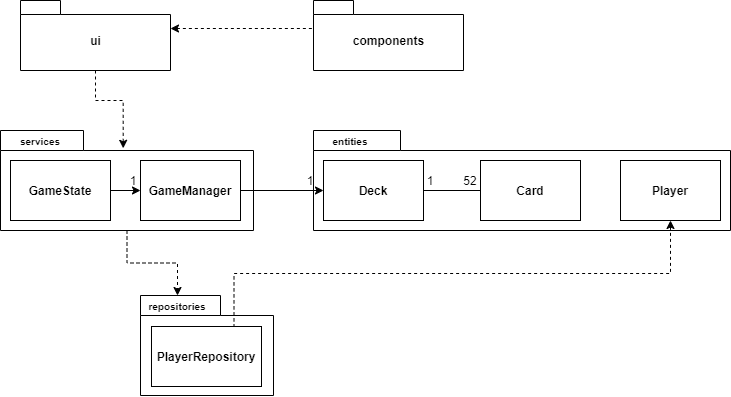
k0psutin/ohte-2020 keeps this draw.io diagram as dokumentaatio/kuvat/pakkausrakenne.png. Above is the earlier version. Source tidied: cells renumbered, new cells last; positions are measured from the earlier drawing's top-left corner, leaving out a move shared by most shapes.
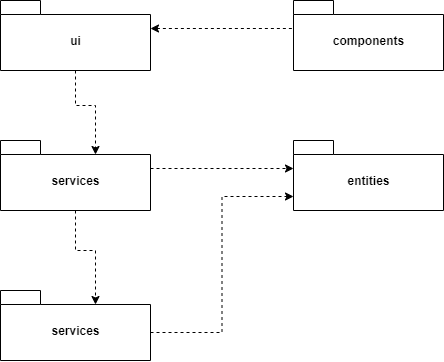
The same diagram one commit later.

What changed in the source:
```diff
@@ -5,77 +5,32 @@
     <mxCell id="2" style="edgeStyle=orthogonalEdgeStyle;rounded=0;jettySize=auto;html=1;exitX=0;exitY=0;exitDx=150;exitDy=28;exitPerimeter=0;entryX=0;entryY=0;entryDx=0;entryDy=28;entryPerimeter=0;dashed=1;startArrow=classic;startFill=1;endArrow=none;endFill=0;" parent="1" edge="1" source="4" target="5">
       <mxGeometry relative="1" as="geometry" />
     </mxCell>
-    <mxCell id="3" style="edgeStyle=orthogonalEdgeStyle;rounded=0;jettySize=auto;html=1;exitX=0.5;exitY=1;exitDx=0;exitDy=0;exitPerimeter=0;entryX=0.485;entryY=0.178;entryDx=0;entryDy=0;dashed=1;endArrow=classic;endFill=1;entryPerimeter=0;" parent="1" edge="1" source="4" target="7">
-      <mxGeometry relative="1" as="geometry" />
-    </mxCell>
+    <mxCell id="27" style="edgeStyle=orthogonalEdgeStyle;rounded=0;jettySize=auto;html=1;exitX=0.5;exitY=1;exitDx=0;exitDy=0;exitPerimeter=0;entryX=0;entryY=0;entryDx=95;entryDy=14;entryPerimeter=0;dashed=1;" parent="1" edge="1" source="4" target="30">
+      <mxGeometry relative="1" as="geometry" />
+    </mxCell>
     <mxCell id="4" value="ui" style="shape=folder;fontStyle=1;spacingTop=10;tabWidth=40;tabHeight=14;tabPosition=left;html=1;" parent="1" vertex="1">
       <mxGeometry x="20" width="150" height="70" as="geometry" />
     </mxCell>
     <mxCell id="5" value="components" style="shape=folder;fontStyle=1;spacingTop=10;tabWidth=40;tabHeight=14;tabPosition=left;html=1;" parent="1" vertex="1">
       <mxGeometry x="313" width="150" height="70" as="geometry" />
     </mxCell>
-    <mxCell id="6" style="edgeStyle=orthogonalEdgeStyle;rounded=0;jettySize=auto;html=1;exitX=0.5;exitY=1;exitDx=0;exitDy=0;exitPerimeter=0;endArrow=classic;endFill=1;dashed=1;" parent="1" edge="1" source="7" target="23">
-      <mxGeometry relative="1" as="geometry" />
-    </mxCell>
-    <mxCell id="7" style="shape=folder;fontStyle=1;spacingTop=10;tabWidth=83;tabHeight=20;tabPosition=left;html=1;" parent="1" vertex="1">
-      <mxGeometry y="130" width="253" height="100" as="geometry" />
-    </mxCell>
-    <mxCell id="8" style="shape=folder;fontStyle=1;spacingTop=10;tabWidth=80;tabHeight=20;tabPosition=left;html=1;" parent="1" vertex="1">
-      <mxGeometry x="140" y="295" width="133" height="100" as="geometry" />
-    </mxCell>
-    <mxCell id="9" style="shape=folder;fontStyle=1;spacingTop=10;tabWidth=87;tabHeight=20;tabPosition=left;html=1;" parent="1" vertex="1">
-      <mxGeometry x="313" y="130" width="417" height="100" as="geometry" />
-    </mxCell>
-    <mxCell id="10" value="&lt;b&gt;PlayerRepository&lt;/b&gt;" style="rounded=0;whiteSpace=wrap;html=1;" parent="1" vertex="1">
-      <mxGeometry x="151" y="326" width="110" height="60" as="geometry" />
-    </mxCell>
-    <mxCell id="11" value="&lt;b&gt;&lt;font style=&quot;font-size: 10px&quot;&gt;services&lt;/font&gt;&lt;/b&gt;" style="text;html=1;strokeColor=none;fillColor=none;align=center;verticalAlign=middle;whiteSpace=wrap;rounded=0;" parent="1" vertex="1">
-      <mxGeometry x="20" y="130" width="40" height="20" as="geometry" />
-    </mxCell>
-    <mxCell id="12" style="edgeStyle=orthogonalEdgeStyle;rounded=0;jettySize=auto;html=1;exitX=1;exitY=0.5;exitDx=0;exitDy=0;entryX=0;entryY=0.5;entryDx=0;entryDy=0;endArrow=classic;endFill=1;" parent="1" edge="1" source="13" target="17">
-      <mxGeometry relative="1" as="geometry" />
-    </mxCell>
-    <mxCell id="13" value="&lt;b&gt;GameManager&lt;/b&gt;" style="rounded=0;whiteSpace=wrap;html=1;" parent="1" vertex="1">
-      <mxGeometry x="140" y="160" width="100" height="60" as="geometry" />
-    </mxCell>
-    <mxCell id="14" style="edgeStyle=orthogonalEdgeStyle;rounded=0;jettySize=auto;html=1;exitX=1;exitY=0.5;exitDx=0;exitDy=0;entryX=0;entryY=0.5;entryDx=0;entryDy=0;endArrow=classic;endFill=1;" parent="1" edge="1" source="15" target="13">
-      <mxGeometry relative="1" as="geometry" />
-    </mxCell>
-    <mxCell id="15" value="&lt;b&gt;GameState&lt;/b&gt;" style="rounded=0;whiteSpace=wrap;html=1;" parent="1" vertex="1">
-      <mxGeometry x="10" y="160" width="100" height="60" as="geometry" />
-    </mxCell>
-    <mxCell id="16" style="edgeStyle=orthogonalEdgeStyle;rounded=0;jettySize=auto;html=1;exitX=1;exitY=0.5;exitDx=0;exitDy=0;entryX=0;entryY=0.5;entryDx=0;entryDy=0;endArrow=none;endFill=0;" parent="1" edge="1" source="17" target="18">
-      <mxGeometry relative="1" as="geometry" />
-    </mxCell>
-    <mxCell id="17" value="&lt;b&gt;Deck&lt;/b&gt;" style="rounded=0;whiteSpace=wrap;html=1;" parent="1" vertex="1">
-      <mxGeometry x="323" y="160" width="100" height="60" as="geometry" />
-    </mxCell>
-    <mxCell id="18" value="&lt;b&gt;Card&lt;/b&gt;" style="rounded=0;whiteSpace=wrap;html=1;" parent="1" vertex="1">
-      <mxGeometry x="480" y="160" width="100" height="60" as="geometry" />
-    </mxCell>
-    <mxCell id="19" style="edgeStyle=orthogonalEdgeStyle;rounded=0;jettySize=auto;html=1;exitX=0.5;exitY=1;exitDx=0;exitDy=0;entryX=0.75;entryY=0;entryDx=0;entryDy=0;dashed=1;endArrow=none;endFill=0;startArrow=classic;startFill=1;" parent="1" edge="1" source="20" target="10">
-      <mxGeometry relative="1" as="geometry" />
-    </mxCell>
-    <mxCell id="20" value="&lt;b&gt;Player&lt;/b&gt;" style="rounded=0;whiteSpace=wrap;html=1;" parent="1" vertex="1">
-      <mxGeometry x="620" y="160" width="100" height="60" as="geometry" />
-    </mxCell>
-    <mxCell id="21" value="1" style="text;html=1;strokeColor=none;fillColor=none;align=center;verticalAlign=middle;whiteSpace=wrap;rounded=0;" parent="1" vertex="1">
-      <mxGeometry x="410" y="170" width="40" height="20" as="geometry" />
-    </mxCell>
-    <mxCell id="22" value="52" style="text;html=1;strokeColor=none;fillColor=none;align=center;verticalAlign=middle;whiteSpace=wrap;rounded=0;" parent="1" vertex="1">
-      <mxGeometry x="450" y="170" width="40" height="20" as="geometry" />
-    </mxCell>
-    <mxCell id="23" value="&lt;b&gt;&lt;font style=&quot;font-size: 10px&quot;&gt;repositories&lt;/font&gt;&lt;/b&gt;" style="text;html=1;strokeColor=none;fillColor=none;align=center;verticalAlign=middle;whiteSpace=wrap;rounded=0;" parent="1" vertex="1">
-      <mxGeometry x="157" y="295" width="40" height="20" as="geometry" />
-    </mxCell>
+    <mxCell id="28" style="edgeStyle=orthogonalEdgeStyle;rounded=0;jettySize=auto;html=1;exitX=0.5;exitY=1;exitDx=0;exitDy=0;exitPerimeter=0;entryX=0;entryY=0;entryDx=95;entryDy=14;entryPerimeter=0;dashed=1;" parent="1" edge="1" source="30" target="32">
+      <mxGeometry relative="1" as="geometry" />
+    </mxCell>
+    <mxCell id="29" style="edgeStyle=orthogonalEdgeStyle;rounded=0;jettySize=auto;html=1;exitX=0;exitY=0;exitDx=150;exitDy=28;exitPerimeter=0;entryX=0;entryY=0;entryDx=0;entryDy=28;entryPerimeter=0;dashed=1;" parent="1" edge="1" source="30" target="24">
+      <mxGeometry relative="1" as="geometry" />
+    </mxCell>
+    <mxCell id="30" value="services" style="shape=folder;fontStyle=1;spacingTop=10;tabWidth=40;tabHeight=14;tabPosition=left;html=1;" parent="1" vertex="1">
+      <mxGeometry x="20" y="140" width="150" height="70" as="geometry" />
+    </mxCell>
-    <mxCell id="24" value="&lt;b&gt;&lt;font style=&quot;font-size: 10px&quot;&gt;entities&lt;/font&gt;&lt;/b&gt;" style="text;html=1;strokeColor=none;fillColor=none;align=center;verticalAlign=middle;whiteSpace=wrap;rounded=0;" parent="1" vertex="1">
-      <mxGeometry x="330" y="130" width="40" height="20" as="geometry" />
+    <mxCell id="24" value="entities" style="shape=folder;fontStyle=1;spacingTop=10;tabWidth=40;tabHeight=14;tabPosition=left;html=1;" parent="1" vertex="1">
+      <mxGeometry x="313" y="140" width="150" height="70" as="geometry" />
     </mxCell>
-    <mxCell id="25" value="1" style="text;html=1;strokeColor=none;fillColor=none;align=center;verticalAlign=middle;whiteSpace=wrap;rounded=0;" parent="1" vertex="1">
-      <mxGeometry x="126" y="175" width="14" height="10" as="geometry" />
-    </mxCell>
-    <mxCell id="26" value="1" style="text;html=1;strokeColor=none;fillColor=none;align=center;verticalAlign=middle;whiteSpace=wrap;rounded=0;" parent="1" vertex="1">
-      <mxGeometry x="290" y="170" width="40" height="20" as="geometry" />
-    </mxCell>
+    <mxCell id="31" style="edgeStyle=orthogonalEdgeStyle;rounded=0;jettySize=auto;html=1;exitX=0;exitY=0;exitDx=150;exitDy=42;exitPerimeter=0;entryX=0;entryY=0;entryDx=0;entryDy=56;entryPerimeter=0;dashed=1;" parent="1" edge="1" source="32" target="24">
+      <mxGeometry relative="1" as="geometry" />
+    </mxCell>
+    <mxCell id="32" value="services" style="shape=folder;fontStyle=1;spacingTop=10;tabWidth=40;tabHeight=14;tabPosition=left;html=1;" parent="1" vertex="1">
+      <mxGeometry x="20" y="290" width="150" height="70" as="geometry" />
+    </mxCell>
   </root>
 </mxGraphModel>
```
